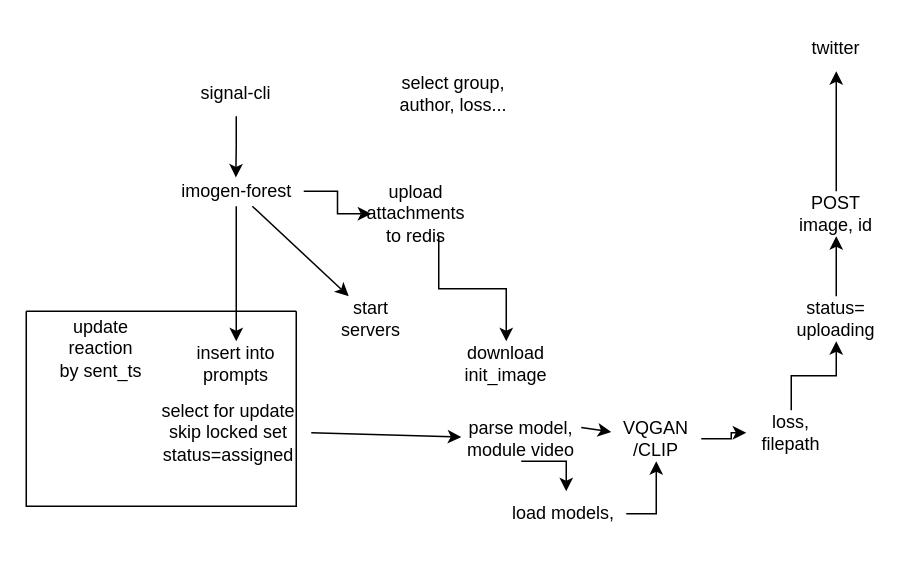
This is page "proc" (2 of 2) of imogen-arch.drawio from technillogue/xyz, a draw.io file, before an edit. Source tidied: cells renumbered, new cells numbered last; positions are measured from the earlier drawing's top-left corner, leaving out a move shared by most shapes. Both pictures are drawn from the tidied source at 150%, with x=0, y=0 at pixel (26, 26).
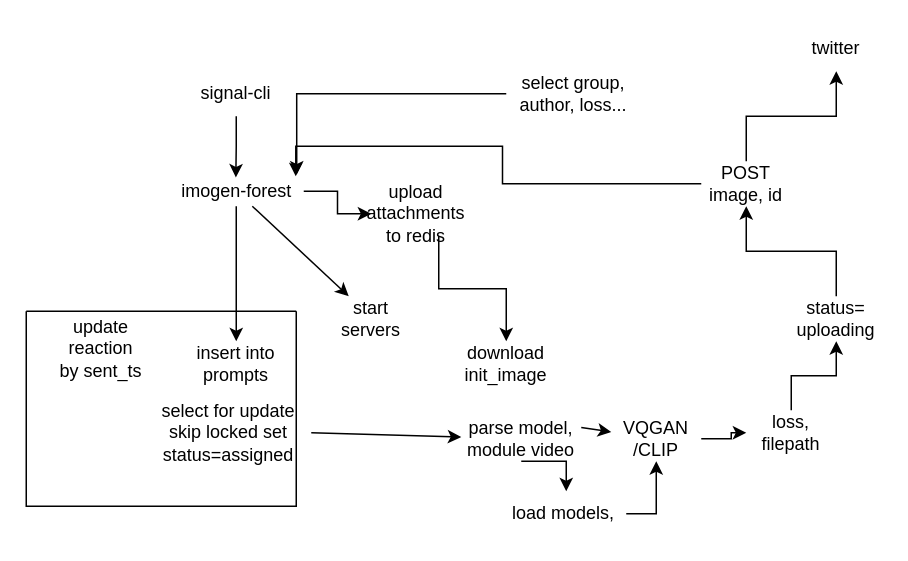
After the change.

The change refers to these unchanged cells:
```xml
<mxCell id="6" value="imogen-forest" style="text;html=1;align=center;verticalAlign=middle;points=[];strokeColor=none;fillColor=none;" parent="1" vertex="1">
  <mxGeometry x="95" y="100" width="90" height="20" as="geometry" />
</mxCell>
```

Change to the diagram source:
```diff
@@
+    <mxCell id="32" style="edgeStyle=orthogonalEdgeStyle;rounded=0;jettySize=auto;html=1;exitX=0;exitY=0.5;exitDx=0;exitDy=0;entryX=0.941;entryY=0;entryDx=0;entryDy=0;entryPerimeter=0;" parent="1" edge="1" source="25" target="6">
+      <mxGeometry relative="1" as="geometry" />
+    </mxCell>
     <mxCell id="25" value="POST image, id" style="text;html=1;strokeColor=none;fillColor=none;align=center;verticalAlign=middle;whiteSpace=wrap;rounded=0;" parent="1" vertex="1">
-      <mxGeometry x="510" y="110" width="60" height="30" as="geometry" />
+      <mxGeometry x="450" y="90" width="60" height="30" as="geometry" />
     </mxCell>
+    <mxCell id="33" style="edgeStyle=orthogonalEdgeStyle;rounded=0;jettySize=auto;html=1;exitX=0;exitY=0.5;exitDx=0;exitDy=0;entryX=0.948;entryY=-0.057;entryDx=0;entryDy=0;entryPerimeter=0;" parent="1" edge="1" source="26" target="6">
+      <mxGeometry relative="1" as="geometry" />
+    </mxCell>
     <mxCell id="26" value="select group, author, loss..." style="text;html=1;strokeColor=none;fillColor=none;align=center;verticalAlign=middle;whiteSpace=wrap;rounded=0;" parent="1" vertex="1">
-      <mxGeometry x="240" y="30" width="90" height="30" as="geometry" />
+      <mxGeometry x="320" y="30" width="90" height="30" as="geometry" />
     </mxCell>
```
